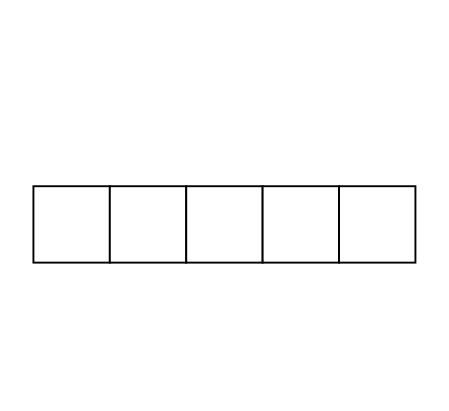
Above: 未命名绘图.drawio in xktder/draw (draw.io), before the change. Source tidied: cells renumbered, new cells numbered last; positions are measured from the earlier drawing's top-left corner, leaving out a move shared by most shapes. Both pictures are drawn from the tidied source at 191%, with x=0, y=0 at pixel (32, 185).
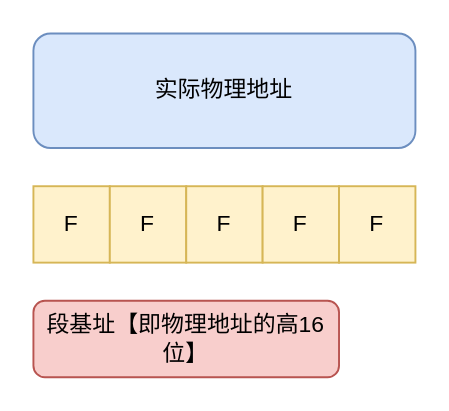
After the change.

Commit message (it also covers changes not shown here):
更新未命名绘图.drawio

Change to the diagram source:
```diff
@@
 <mxGraphModel>
   <root>
     <mxCell id="0" />
     <mxCell id="1" parent="0" />
-    <mxCell id="2" style="rounded=0;whiteSpace=wrap;html=1;" parent="1" vertex="1">
+    <mxCell id="2" value="F" style="rounded=0;whiteSpace=wrap;html=1;fillColor=#fff2cc;strokeColor=#d6b656;" parent="1" vertex="1">
       <mxGeometry width="40" height="40" as="geometry" />
     </mxCell>
-    <mxCell id="3" style="rounded=0;whiteSpace=wrap;html=1;" parent="1" vertex="1">
+    <mxCell id="3" value="F" style="rounded=0;whiteSpace=wrap;html=1;fillColor=#fff2cc;strokeColor=#d6b656;" parent="1" vertex="1">
       <mxGeometry x="40" width="40" height="40" as="geometry" />
     </mxCell>
-    <mxCell id="4" style="rounded=0;whiteSpace=wrap;html=1;" parent="1" vertex="1">
+    <mxCell id="4" value="F" style="rounded=0;whiteSpace=wrap;html=1;fillColor=#fff2cc;strokeColor=#d6b656;" parent="1" vertex="1">
       <mxGeometry x="80" width="40" height="40" as="geometry" />
     </mxCell>
-    <mxCell id="5" style="rounded=0;whiteSpace=wrap;html=1;" parent="1" vertex="1">
+    <mxCell id="5" value="F" style="rounded=0;whiteSpace=wrap;html=1;fillColor=#fff2cc;strokeColor=#d6b656;" parent="1" vertex="1">
       <mxGeometry x="120" width="40" height="40" as="geometry" />
     </mxCell>
-    <mxCell id="6" style="rounded=0;whiteSpace=wrap;html=1;" parent="1" vertex="1">
+    <mxCell id="6" value="F" style="rounded=0;whiteSpace=wrap;html=1;fillColor=#fff2cc;strokeColor=#d6b656;" parent="1" vertex="1">
       <mxGeometry x="160" width="40" height="40" as="geometry" />
     </mxCell>
+    <mxCell id="7" value="段基址【即物理地址的高16位】" style="rounded=1;whiteSpace=wrap;html=1;fillColor=#f8cecc;strokeColor=#b85450;" parent="1" vertex="1">
+      <mxGeometry y="60" width="160" height="40" as="geometry" />
+    </mxCell>
+    <mxCell id="8" value="实际物理地址" style="rounded=1;whiteSpace=wrap;html=1;fillColor=#dae8fc;strokeColor=#6c8ebf;" parent="1" vertex="1">
+      <mxGeometry y="-80" width="200" height="60" as="geometry" />
+    </mxCell>
   </root>
 </mxGraphModel>
```
